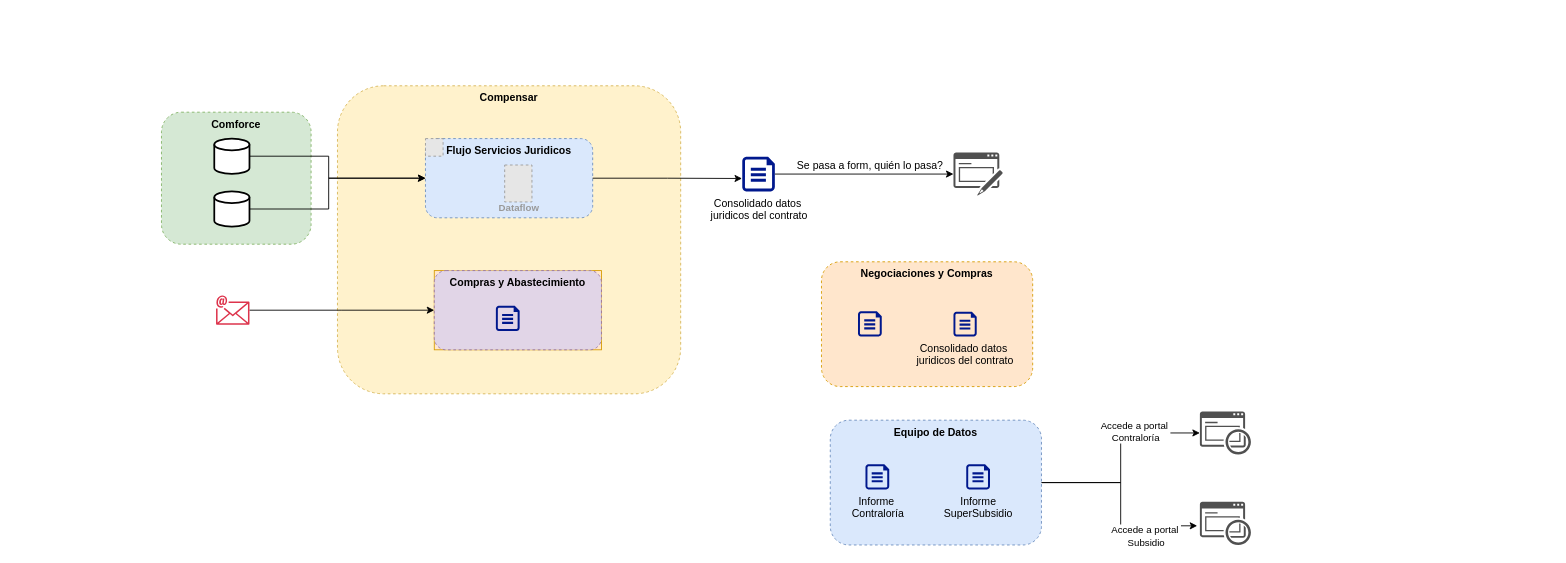
This is page "AS-IS" (1 of 2) of Entes de Control.drawio from carlosvalderrama1204/diagrams, a draw.io file, before an edit. Source tidied: cells renumbered, new cells numbered last; positions are measured from the earlier drawing's top-left corner, leaving out a move shared by most shapes. Both pictures are drawn from the tidied source at 88%, with x=0, y=0 at pixel (161, 85). Pictures stored in the file or linked from it are replaced by grey dashed boxes.
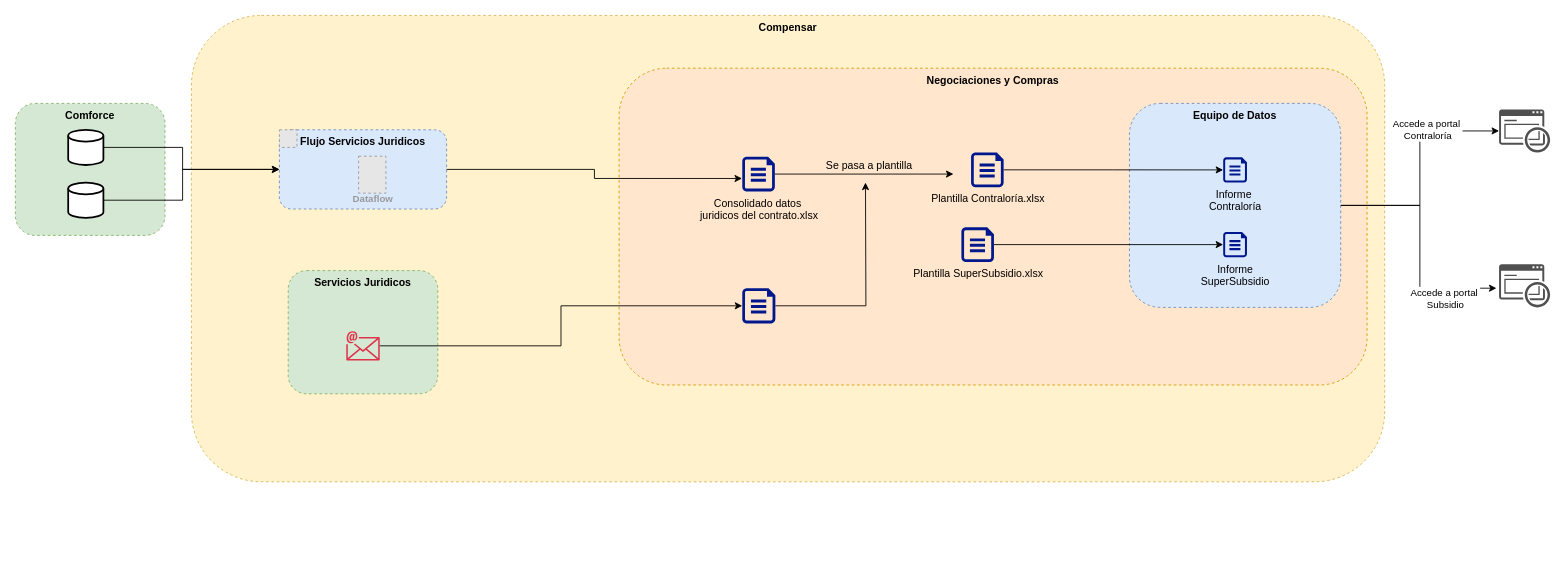
The same page after the edit.

Unchanged cells that the change refers to:
```xml
<mxCell id="4" value="&lt;b&gt;Flujo Servicios Juridicos&lt;/b&gt;" style="rounded=1;whiteSpace=wrap;html=1;dashed=1;align=center;horizontal=1;verticalAlign=top;fillColor=#dae8fc;strokeColor=#6c8ebf;" parent="3" vertex="1">
  <mxGeometry width="190" height="90" as="geometry" />
</mxCell>
```

Change to the diagram source:
```diff
@@
     <mxCell id="2" value="Compensar" style="rounded=1;whiteSpace=wrap;html=1;dashed=1;fillColor=#fff2cc;strokeColor=#d6b656;verticalAlign=top;fontStyle=1;" parent="1" vertex="1">
-      <mxGeometry x="200" width="390" height="350" as="geometry" />
+      <mxGeometry x="34" y="-80" width="1356" height="530" as="geometry" />
     </mxCell>
+    <mxCell id="22" style="group;" parent="1" vertex="1">
+      <mxGeometry x="520" y="-20" width="850" height="360" as="geometry" />
+    </mxCell>
+    <mxCell id="23" value="&lt;b&gt;Negociaciones y Compras&lt;/b&gt;" style="rounded=1;whiteSpace=wrap;html=1;dashed=1;align=center;horizontal=1;verticalAlign=top;fillColor=#ffe6cc;strokeColor=#d79b00;" parent="22" vertex="1">
+      <mxGeometry width="850" height="360" as="geometry" />
+    </mxCell>
+    <mxCell id="18" style="sketch=0;shadow=0;dashed=0;html=1;strokeColor=none;labelPosition=center;verticalLabelPosition=bottom;verticalAlign=top;align=center;fillColor=#00188D;shape=mxgraph.azure.file;" parent="22" vertex="1">
+      <mxGeometry x="140" y="250" width="37.6" height="40" as="geometry" />
+    </mxCell>
     <mxCell id="3" style="group;" parent="1" vertex="1">
-      <mxGeometry x="300" y="60" width="190" height="90" as="geometry" />
+      <mxGeometry x="134" y="50" width="190" height="90" as="geometry" />
     </mxCell>
@@
     <mxCell id="7" value="&lt;b&gt;Comforce&lt;/b&gt;" style="rounded=1;whiteSpace=wrap;html=1;dashed=1;align=center;horizontal=1;verticalAlign=top;fillColor=#d5e8d4;strokeColor=#82b366;" parent="1" vertex="1">
-      <mxGeometry y="30" width="170" height="150" as="geometry" />
+      <mxGeometry x="-166" y="20" width="170" height="150" as="geometry" />
     </mxCell>
     <mxCell id="8" style="edgeStyle=orthogonalEdgeStyle;rounded=0;jettySize=auto;html=1;" parent="1" edge="1" source="9" target="4">
       <mxGeometry relative="1" as="geometry">
         <Array as="points">
-          <mxPoint x="190" y="80" />
-          <mxPoint x="190" y="105" />
+          <mxPoint x="24" y="70" />
+          <mxPoint x="24" y="95" />
         </Array>
       </mxGeometry>
     </mxCell>
     <mxCell id="9" style="strokeWidth=2;html=1;shape=mxgraph.flowchart.database;whiteSpace=wrap;" parent="1" vertex="1">
-      <mxGeometry x="60" y="60" width="40" height="40" as="geometry" />
+      <mxGeometry x="-106" y="50" width="40" height="40" as="geometry" />
     </mxCell>
     <mxCell id="10" style="edgeStyle=orthogonalEdgeStyle;rounded=0;jettySize=auto;html=1;entryX=0;entryY=0.5;entryDx=0;entryDy=0;" parent="1" edge="1" source="11" target="4">
       <mxGeometry relative="1" as="geometry">
         <Array as="points">
-          <mxPoint x="190" y="140" />
-          <mxPoint x="190" y="105" />
+          <mxPoint x="24" y="130" />
+          <mxPoint x="24" y="95" />
         </Array>
       </mxGeometry>
     </mxCell>
     <mxCell id="11" style="strokeWidth=2;html=1;shape=mxgraph.flowchart.database;whiteSpace=wrap;" parent="1" vertex="1">
-      <mxGeometry x="60" y="120" width="40" height="40" as="geometry" />
+      <mxGeometry x="-106" y="110" width="40" height="40" as="geometry" />
     </mxCell>
-    <mxCell id="12" style="edgeStyle=orthogonalEdgeStyle;rounded=0;jettySize=auto;html=1;" parent="1" edge="1" source="13" target="20">
-      <mxGeometry relative="1" as="geometry" />
+    <mxCell id="12" style="edgeStyle=orthogonalEdgeStyle;rounded=0;jettySize=auto;html=1;" parent="1" edge="1" source="13">
+      <mxGeometry relative="1" as="geometry">
+        <mxPoint x="900" y="100.3" as="targetPoint" />
+      </mxGeometry>
     </mxCell>
-    <mxCell id="13" value="Consolidado datos&amp;nbsp;&lt;div&gt;juridicos del contrato&lt;/div&gt;" style="sketch=0;shadow=0;dashed=0;html=1;strokeColor=none;labelPosition=center;verticalLabelPosition=bottom;verticalAlign=top;align=center;fillColor=#00188D;shape=mxgraph.azure.file;" parent="1" vertex="1">
+    <mxCell id="13" value="Consolidado datos&amp;nbsp;&lt;div&gt;juridicos del contrato.xlsx&lt;/div&gt;" style="sketch=0;shadow=0;dashed=0;html=1;strokeColor=none;labelPosition=center;verticalLabelPosition=bottom;verticalAlign=top;align=center;fillColor=#00188D;shape=mxgraph.azure.file;" parent="1" vertex="1">
       <mxGeometry x="660" y="80.6" width="37" height="39.4" as="geometry" />
     </mxCell>
-    <mxCell id="14" style="group;fillColor=#ffe6cc;strokeColor=#d79b00;" parent="1" vertex="1">
-      <mxGeometry x="310" y="210" width="190" height="90" as="geometry" />
-    </mxCell>
-    <mxCell id="15" style="edgeStyle=orthogonalEdgeStyle;rounded=0;jettySize=auto;html=1;" parent="1" edge="1" source="16" target="17">
-      <mxGeometry relative="1" as="geometry" />
-    </mxCell>
-    <mxCell id="16" style="sketch=0;outlineConnect=0;fontColor=#232F3E;gradientColor=none;fillColor=#DD344C;strokeColor=none;dashed=0;verticalLabelPosition=bottom;verticalAlign=top;align=center;html=1;fontSize=12;fontStyle=0;shape=mxgraph.aws4.email;" parent="1" vertex="1">
-      <mxGeometry x="62" y="238.2" width="38" height="33.6" as="geometry" />
-    </mxCell>
-    <mxCell id="17" value="&lt;b&gt;Compras y Abastecimiento&lt;/b&gt;" style="rounded=1;whiteSpace=wrap;html=1;dashed=1;align=center;horizontal=1;verticalAlign=top;fillColor=#e1d5e7;strokeColor=#9673a6;" parent="1" vertex="1">
-      <mxGeometry x="310" y="210" width="190" height="90" as="geometry" />
-    </mxCell>
-    <mxCell id="18" style="sketch=0;shadow=0;dashed=0;html=1;strokeColor=none;labelPosition=center;verticalLabelPosition=bottom;verticalAlign=top;align=center;fillColor=#00188D;shape=mxgraph.azure.file;" parent="1" vertex="1">
-      <mxGeometry x="380" y="250" width="27" height="28.7" as="geometry" />
-    </mxCell>
+    <mxCell id="36" style="edgeStyle=orthogonalEdgeStyle;rounded=0;jettySize=auto;html=1;" parent="1" edge="1" source="18">
+      <mxGeometry relative="1" as="geometry">
+        <mxPoint x="800" y="110" as="targetPoint" />
+      </mxGeometry>
+    </mxCell>
@@
-    <mxCell id="20" style="sketch=0;shadow=0;dashed=0;html=1;strokeColor=none;fillColor=#505050;labelPosition=center;verticalLabelPosition=bottom;verticalAlign=top;outlineConnect=0;align=center;shape=mxgraph.office.concepts.form;" parent="1" vertex="1">
-      <mxGeometry x="900" y="75.8" width="56" height="49" as="geometry" />
-    </mxCell>
-    <mxCell id="21" value="Se pasa a form, quién lo pasa?" style="text;html=1;align=center;verticalAlign=middle;strokeColor=none;fillColor=none;" parent="1" vertex="1">
-      <mxGeometry x="710" y="75.8" width="190" height="30" as="geometry" />
+    <mxCell id="21" value="Se pasa a plantilla" style="text;html=1;align=center;verticalAlign=middle;strokeColor=none;fillColor=none;" parent="1" vertex="1">
+      <mxGeometry x="744" y="75.8" width="120" height="30" as="geometry" />
     </mxCell>
-    <mxCell id="22" style="group;" parent="1" vertex="1">
-      <mxGeometry x="750" y="200" width="240" height="141.8" as="geometry" />
-    </mxCell>
-    <mxCell id="23" value="&lt;b&gt;Negociaciones y Compras&lt;/b&gt;" style="rounded=1;whiteSpace=wrap;html=1;dashed=1;align=center;horizontal=1;verticalAlign=top;fillColor=#ffe6cc;strokeColor=#d79b00;" parent="22" vertex="1">
-      <mxGeometry width="240" height="141.8" as="geometry" />
-    </mxCell>
-    <mxCell id="24" style="group;" parent="22" vertex="1">
-      <mxGeometry x="41.5" y="56.2" width="134.9" height="28.7" as="geometry" />
-    </mxCell>
-    <mxCell id="25" value="Consolidado datos&amp;nbsp;&lt;div&gt;juridicos del contrato&lt;/div&gt;" style="sketch=0;shadow=0;dashed=0;html=1;strokeColor=none;labelPosition=center;verticalLabelPosition=bottom;verticalAlign=top;align=center;fillColor=#00188D;shape=mxgraph.azure.file;" parent="24" vertex="1">
-      <mxGeometry x="108.5" y="0.6" width="26.4" height="28.1" as="geometry" />
-    </mxCell>
-    <mxCell id="26" style="sketch=0;shadow=0;dashed=0;html=1;strokeColor=none;labelPosition=center;verticalLabelPosition=bottom;verticalAlign=top;align=center;fillColor=#00188D;shape=mxgraph.azure.file;" parent="24" vertex="1">
-      <mxGeometry width="27" height="28.7" as="geometry" />
-    </mxCell>
@@
     <mxCell id="29" value="&lt;b&gt;Equipo de Datos&lt;/b&gt;" style="rounded=1;whiteSpace=wrap;html=1;dashed=1;align=center;horizontal=1;verticalAlign=top;fillColor=#dae8fc;strokeColor=#6c8ebf;" parent="1" vertex="1">
-      <mxGeometry x="760" y="380" width="240" height="141.8" as="geometry" />
+      <mxGeometry x="1100" y="20" width="240" height="231.8" as="geometry" />
     </mxCell>
     <mxCell id="30" style="sketch=0;shadow=0;dashed=0;html=1;strokeColor=none;fillColor=#505050;labelPosition=center;verticalLabelPosition=bottom;verticalAlign=top;outlineConnect=0;align=center;shape=mxgraph.office.concepts.video_form;" parent="1" vertex="1">
-      <mxGeometry x="1180" y="370" width="58" height="49" as="geometry" />
+      <mxGeometry x="1520" y="26.8" width="58" height="49" as="geometry" />
     </mxCell>
     <mxCell id="31" style="sketch=0;shadow=0;dashed=0;html=1;strokeColor=none;fillColor=#505050;labelPosition=center;verticalLabelPosition=bottom;verticalAlign=top;outlineConnect=0;align=center;shape=mxgraph.office.concepts.video_form;" parent="1" vertex="1">
-      <mxGeometry x="1180" y="472.8" width="58" height="49" as="geometry" />
+      <mxGeometry x="1520" y="202.8" width="58" height="49" as="geometry" />
     </mxCell>
@@
     <mxCell id="33" value="Informe&amp;nbsp;&lt;br&gt;Contraloría" style="sketch=0;shadow=0;dashed=0;html=1;strokeColor=none;labelPosition=center;verticalLabelPosition=bottom;verticalAlign=top;align=center;fillColor=#00188D;shape=mxgraph.azure.file;" parent="1" vertex="1">
-      <mxGeometry x="800" y="430" width="27" height="28.7" as="geometry" />
+      <mxGeometry x="1206.5" y="81.3" width="27" height="28.7" as="geometry" />
     </mxCell>
     <mxCell id="34" value="Informe&lt;br&gt;SuperSubsidio" style="sketch=0;shadow=0;dashed=0;html=1;strokeColor=none;labelPosition=center;verticalLabelPosition=bottom;verticalAlign=top;align=center;fillColor=#00188D;shape=mxgraph.azure.file;" parent="1" vertex="1">
-      <mxGeometry x="914.5" y="430" width="27" height="28.7" as="geometry" />
+      <mxGeometry x="1206.5" y="166.1" width="27" height="28.7" as="geometry" />
     </mxCell>
     <mxCell id="35" value="Accede a portal&amp;nbsp;&lt;br&gt;Subsidio" style="edgeLabel;html=1;align=center;verticalAlign=middle;" parent="1" vertex="1">
-      <mxGeometry x="1116.9" y="402.5" as="geometry">
+      <mxGeometry x="1456.9" y="132.5" as="geometry">
         <mxPoint x="2" y="109" as="offset" />
       </mxGeometry>
     </mxCell>
+    <mxCell id="37" style="edgeStyle=orthogonalEdgeStyle;rounded=0;jettySize=auto;html=1;" parent="1" edge="1" source="38" target="33">
+      <mxGeometry relative="1" as="geometry" />
+    </mxCell>
+    <mxCell id="38" value="&lt;div&gt;Plantilla Contraloría.xlsx&lt;/div&gt;" style="sketch=0;shadow=0;dashed=0;html=1;strokeColor=none;labelPosition=center;verticalLabelPosition=bottom;verticalAlign=top;align=center;fillColor=#00188D;shape=mxgraph.azure.file;" parent="1" vertex="1">
+      <mxGeometry x="920" y="75.8" width="37" height="39.4" as="geometry" />
+    </mxCell>
+    <mxCell id="39" style="group;" parent="1" vertex="1">
+      <mxGeometry x="130" y="220" width="184" height="150" as="geometry" />
+    </mxCell>
+    <mxCell id="40" value="&lt;b&gt;Servicios Juridicos&lt;/b&gt;" style="rounded=1;whiteSpace=wrap;html=1;dashed=1;align=center;horizontal=1;verticalAlign=top;fillColor=#d5e8d4;strokeColor=#82b366;" parent="39" vertex="1">
+      <mxGeometry x="14" y="-10" width="170" height="140" as="geometry" />
+    </mxCell>
+    <mxCell id="16" style="sketch=0;outlineConnect=0;fontColor=#232F3E;gradientColor=none;fillColor=#DD344C;strokeColor=none;dashed=0;verticalLabelPosition=bottom;verticalAlign=top;align=center;html=1;fontSize=12;fontStyle=0;shape=mxgraph.aws4.email;" parent="39" vertex="1">
+      <mxGeometry x="80" y="58.7" width="38" height="33.6" as="geometry" />
+    </mxCell>
+    <mxCell id="15" style="edgeStyle=orthogonalEdgeStyle;rounded=0;jettySize=auto;html=1;entryX=0;entryY=0.5;entryDx=0;entryDy=0;entryPerimeter=0;" parent="1" edge="1" source="16" target="18">
+      <mxGeometry relative="1" as="geometry" />
+    </mxCell>
+    <mxCell id="41" value="&lt;div&gt;Plantilla SuperSubsidio.xlsx&lt;/div&gt;" style="sketch=0;shadow=0;dashed=0;html=1;strokeColor=none;labelPosition=center;verticalLabelPosition=bottom;verticalAlign=top;align=center;fillColor=#00188D;shape=mxgraph.azure.file;" parent="1" vertex="1">
+      <mxGeometry x="909" y="160.8" width="37" height="39.4" as="geometry" />
+    </mxCell>
+    <mxCell id="42" style="edgeStyle=orthogonalEdgeStyle;rounded=0;jettySize=auto;html=1;entryX=0;entryY=0.5;entryDx=0;entryDy=0;entryPerimeter=0;" parent="1" edge="1" source="41" target="34">
+      <mxGeometry relative="1" as="geometry" />
+    </mxCell>
```
